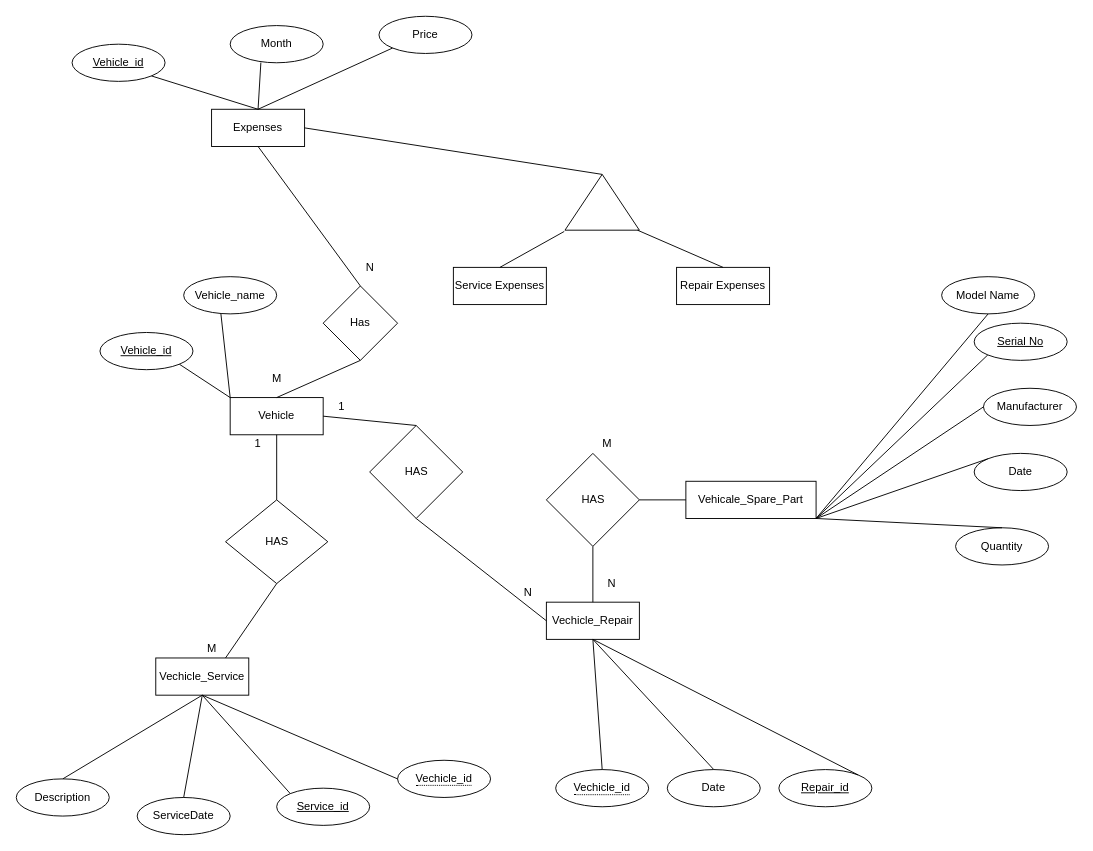
This is ITP.drawio from Lasitha64/Project1, a draw.io file, before an edit. Source tidied: cells renumbered, new cells numbered last; positions are measured from the earlier drawing's top-left corner, leaving out a move shared by most shapes. Both pictures are drawn from the tidied source at 93%, with x=0, y=0 at pixel (16, 16).
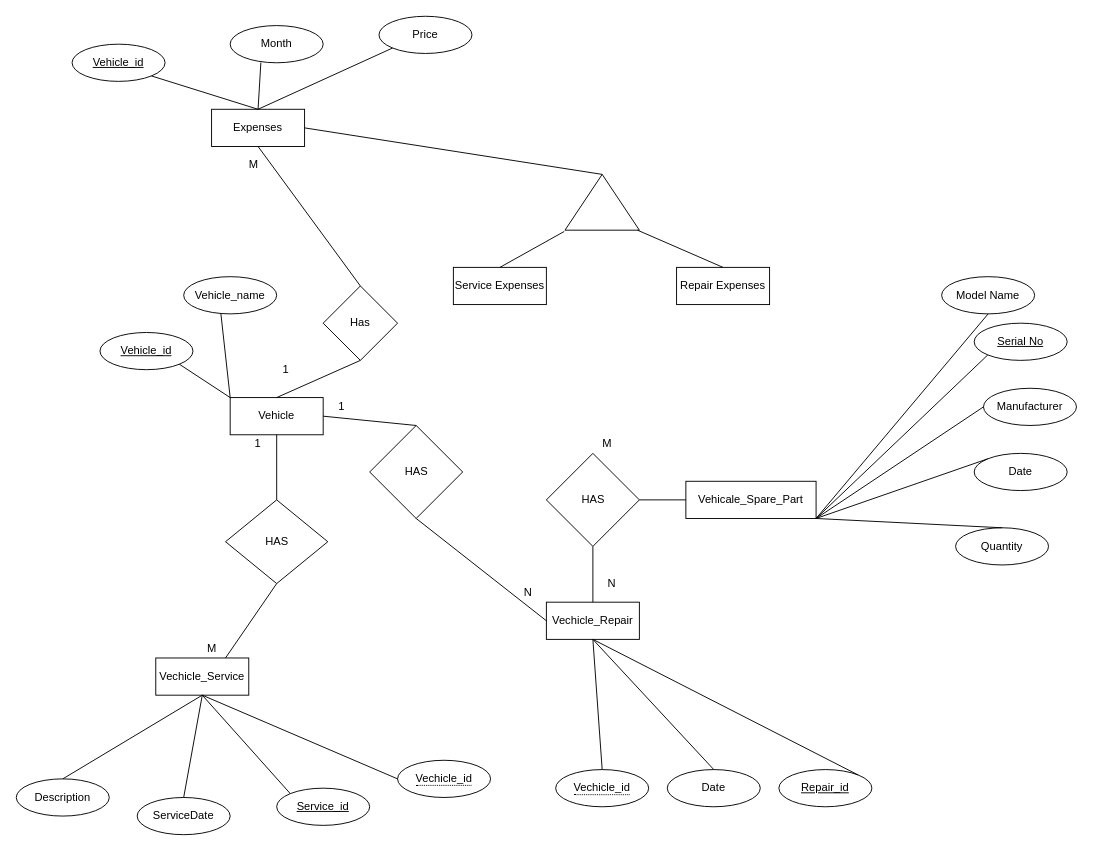
After the change.

Diff of the diagram source:
```diff
@@
     <mxCell id="44" value="M" style="text;html=1;align=center;verticalAlign=middle;strokeColor=none;" parent="1" vertex="1">
-      <mxGeometry x="265" y="380" width="30" height="20" as="geometry" />
+      <mxGeometry x="240" y="150" width="30" height="20" as="geometry" />
     </mxCell>
@@
-    <mxCell id="56" value="N" style="text;html=1;align=center;verticalAlign=middle;strokeColor=none;" parent="1" vertex="1">
-      <mxGeometry x="370" y="260" width="20" height="20" as="geometry" />
-    </mxCell>
@@
+    <mxCell id="68" value="1" style="text;html=1;strokeColor=none;fillColor=none;align=center;verticalAlign=middle;whiteSpace=wrap;rounded=0;" parent="1" vertex="1">
+      <mxGeometry x="270" y="370" width="40" height="20" as="geometry" />
+    </mxCell>
```
